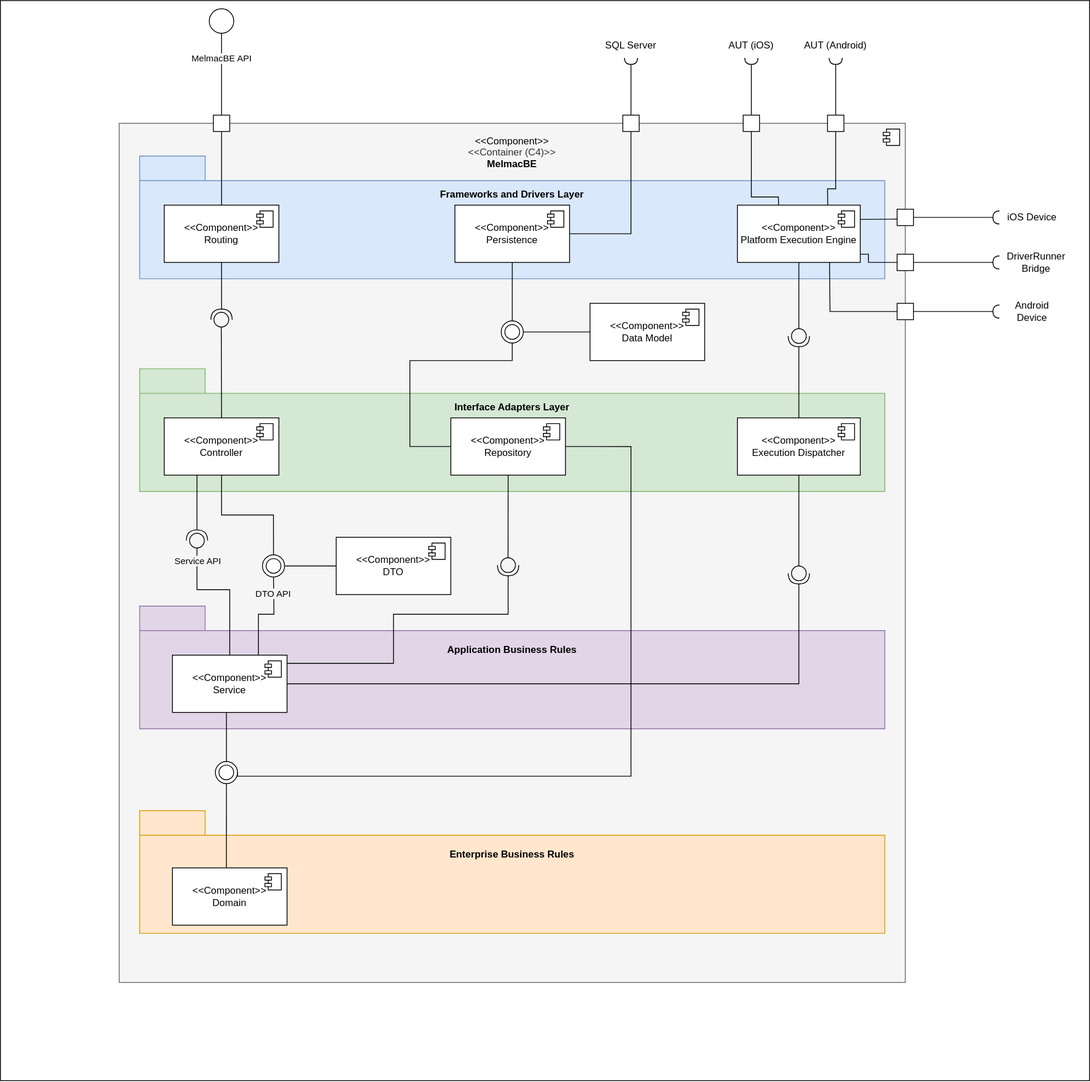
Before: docs/global-artifacts/03.design/logical-view/level-3/svg/L3-LV-MelmacBE.svg, a diagram exported from draw.io (Mindera/Alfie-Melmac-Performance-Testing). Source tidied: cells renumbered, new cells last; positions are measured from the earlier drawing's top-left corner, leaving out a move shared by most shapes.
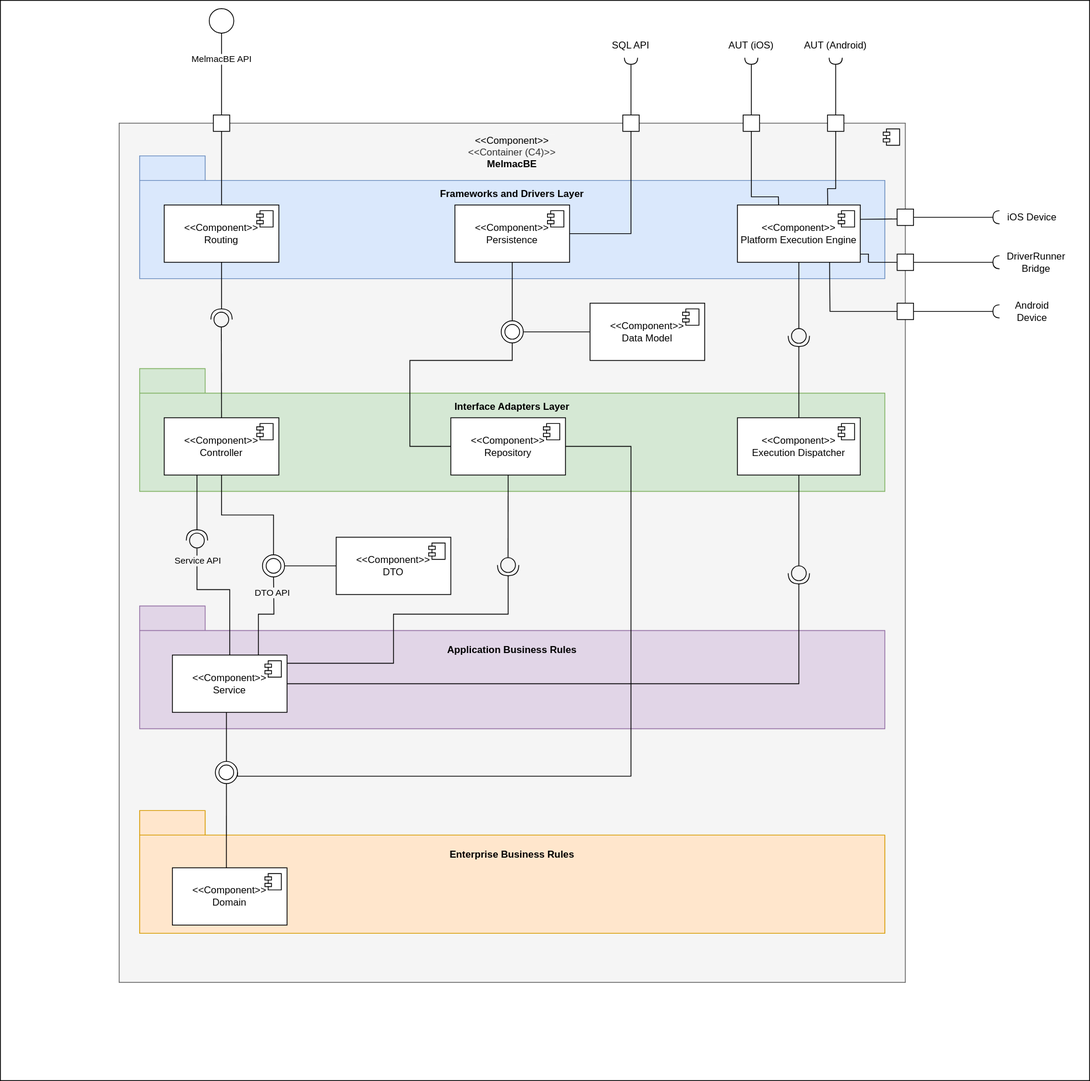
The same file after the commit.

The edit, as a diff of the source:
```diff
@@ -359,7 +359,7 @@
     <mxCell id="84" style="edgeStyle=none;html=1;exitX=1;exitY=0.25;exitDx=0;exitDy=0;entryX=-0.003;entryY=0.603;entryDx=0;entryDy=0;entryPerimeter=0;endArrow=none;endFill=0;" parent="8" edge="1" source="64" target="81">
       <mxGeometry relative="1" as="geometry" />
     </mxCell>
-    <mxCell id="85" value="SQL Server" style="text;html=1;align=center;verticalAlign=middle;whiteSpace=wrap;rounded=0;" parent="8" vertex="1">
+    <mxCell id="85" value="SQL API" style="text;html=1;align=center;verticalAlign=middle;whiteSpace=wrap;rounded=0;" parent="8" vertex="1">
       <mxGeometry x="730" y="40" width="80" height="30" as="geometry" />
     </mxCell>
     <mxCell id="86" value="AUT (iOS)" style="text;html=1;align=center;verticalAlign=middle;whiteSpace=wrap;rounded=0;" parent="8" vertex="1">
```
